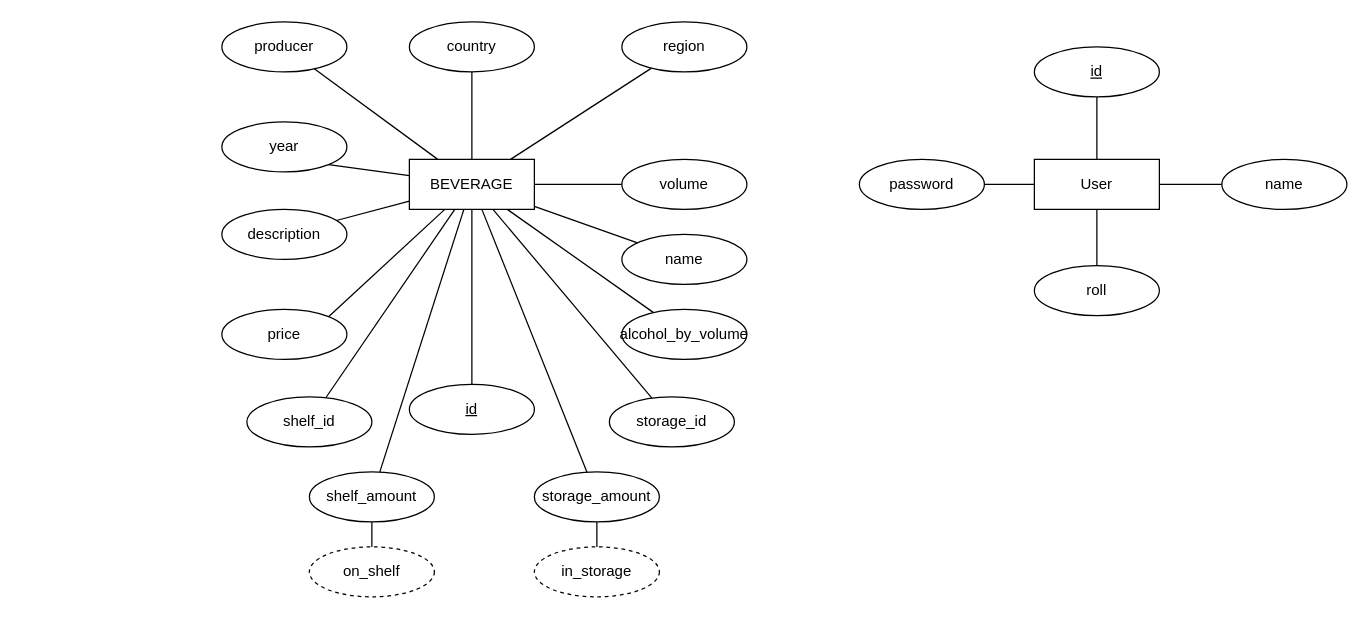
This is ER.drawio from moaberglund/fullstack-project, a draw.io file, before an edit. Source tidied: cells renumbered, new cells numbered last; positions are measured from the earlier drawing's top-left corner, leaving out a move shared by most shapes. Both pictures are drawn from the tidied source at 125%, with x=0, y=0 at pixel (221, 21).
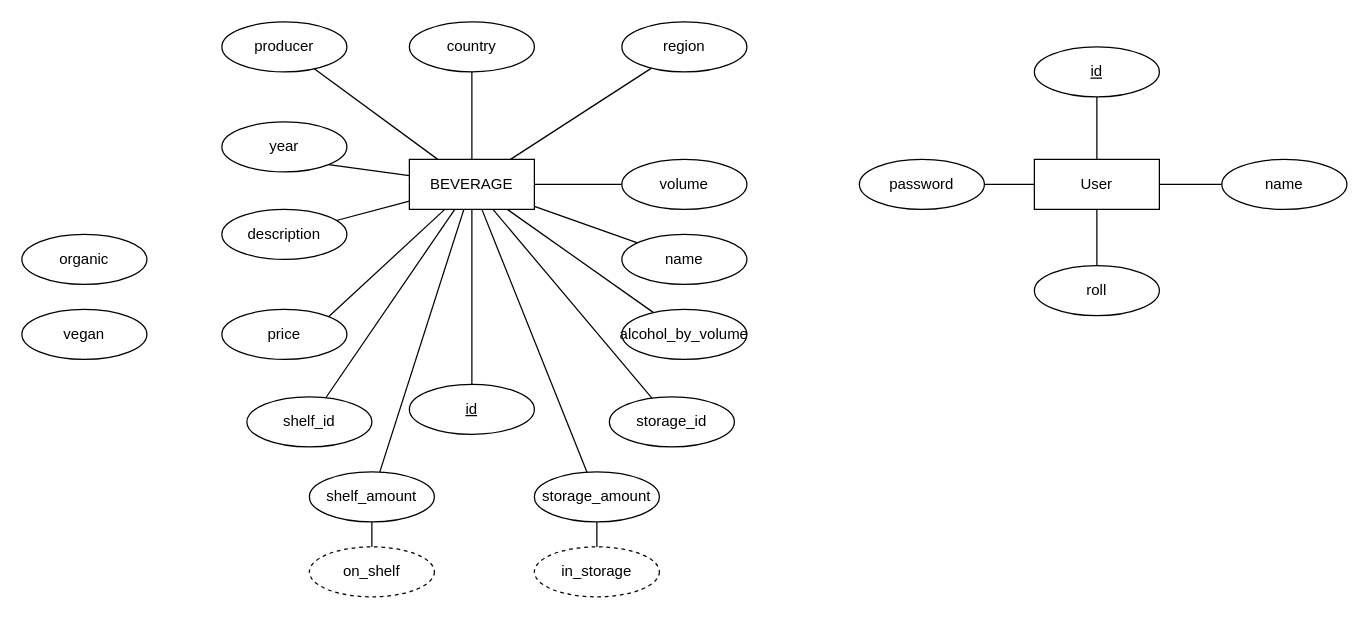
After the change.

Commit message:
possibla nya rackare

The edit, as a diff of the source:
```diff
@@
+    <mxCell id="44" value="organic" style="ellipse;whiteSpace=wrap;html=1;align=center;" parent="1" vertex="1">
+      <mxGeometry x="-160" y="170" width="100" height="40" as="geometry" />
+    </mxCell>
+    <mxCell id="45" value="vegan" style="ellipse;whiteSpace=wrap;html=1;align=center;" parent="1" vertex="1">
+      <mxGeometry x="-160" y="230" width="100" height="40" as="geometry" />
+    </mxCell>
```
